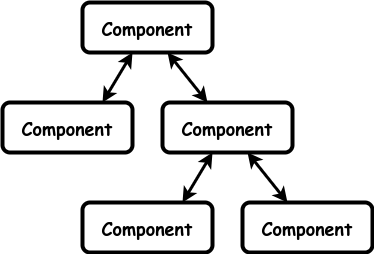
Before: images/hierarchical-component-ui.drawio.png, a diagram exported from draw.io (garfix/architectural-patterns). Source tidied: cells renumbered, new cells last; positions are measured from the earlier drawing's top-left corner, leaving out a move shared by most shapes.
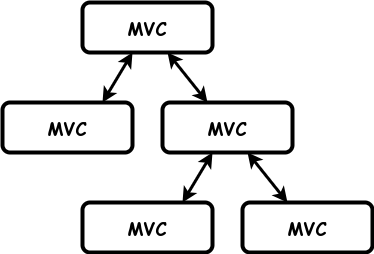
The same file after the commit.

Change to the diagram source:
```diff
@@ -2,7 +2,7 @@
   <root>
     <mxCell id="0" />
     <mxCell id="1" parent="0" />
-    <mxCell id="2" value="&lt;b style=&quot;font-size: 18px;&quot;&gt;Component&lt;br&gt;&lt;/b&gt;" style="rounded=1;whiteSpace=wrap;html=1;strokeWidth=4;fontFamily=Comic Sans MS;fontSize=18;" parent="1" vertex="1">
+    <mxCell id="2" value="&lt;b style=&quot;font-size: 18px;&quot;&gt;MVC&lt;br&gt;&lt;/b&gt;" style="rounded=1;whiteSpace=wrap;html=1;strokeWidth=4;fontFamily=Comic Sans MS;fontSize=18;" parent="1" vertex="1">
       <mxGeometry x="80" width="130" height="50" as="geometry" />
     </mxCell>
     <mxCell id="3" style="endArrow=classic;startArrow=classic;html=1;rounded=0;strokeWidth=3;endFill=1;" parent="1" edge="1" target="2">
@@ -10,10 +10,10 @@
         <mxPoint x="100" y="100" as="sourcePoint" />
       </mxGeometry>
     </mxCell>
-    <mxCell id="4" value="&lt;b style=&quot;font-size: 18px;&quot;&gt;Component&lt;br&gt;&lt;/b&gt;" style="rounded=1;whiteSpace=wrap;html=1;strokeWidth=4;fontFamily=Comic Sans MS;fontSize=18;" parent="1" vertex="1">
+    <mxCell id="4" value="&lt;b style=&quot;border-color: var(--border-color);&quot;&gt;MVC&lt;/b&gt;&lt;b style=&quot;font-size: 18px;&quot;&gt;&lt;br&gt;&lt;/b&gt;" style="rounded=1;whiteSpace=wrap;html=1;strokeWidth=4;fontFamily=Comic Sans MS;fontSize=18;" parent="1" vertex="1">
       <mxGeometry y="100" width="130" height="50" as="geometry" />
     </mxCell>
-    <mxCell id="5" value="&lt;b style=&quot;font-size: 18px;&quot;&gt;Component&lt;br&gt;&lt;/b&gt;" style="rounded=1;whiteSpace=wrap;html=1;strokeWidth=4;fontFamily=Comic Sans MS;fontSize=18;" parent="1" vertex="1">
+    <mxCell id="5" value="&lt;b style=&quot;border-color: var(--border-color);&quot;&gt;MVC&lt;/b&gt;&lt;b style=&quot;font-size: 18px;&quot;&gt;&lt;br&gt;&lt;/b&gt;" style="rounded=1;whiteSpace=wrap;html=1;strokeWidth=4;fontFamily=Comic Sans MS;fontSize=18;" parent="1" vertex="1">
       <mxGeometry x="160" y="100" width="130" height="50" as="geometry" />
     </mxCell>
     <mxCell id="6" style="endArrow=classic;startArrow=classic;html=1;rounded=0;strokeWidth=3;endFill=1;" parent="1" edge="1" source="5" target="2">
@@ -24,10 +24,10 @@
         <mxPoint x="180" y="200" as="sourcePoint" />
       </mxGeometry>
     </mxCell>
-    <mxCell id="8" value="&lt;b style=&quot;font-size: 18px;&quot;&gt;Component&lt;br&gt;&lt;/b&gt;" style="rounded=1;whiteSpace=wrap;html=1;strokeWidth=4;fontFamily=Comic Sans MS;fontSize=18;" parent="1" vertex="1">
+    <mxCell id="8" value="&lt;b style=&quot;border-color: var(--border-color);&quot;&gt;MVC&lt;/b&gt;&lt;b style=&quot;font-size: 18px;&quot;&gt;&lt;br&gt;&lt;/b&gt;" style="rounded=1;whiteSpace=wrap;html=1;strokeWidth=4;fontFamily=Comic Sans MS;fontSize=18;" parent="1" vertex="1">
       <mxGeometry x="80" y="200" width="130" height="50" as="geometry" />
     </mxCell>
-    <mxCell id="9" value="&lt;b style=&quot;font-size: 18px;&quot;&gt;Component&lt;br&gt;&lt;/b&gt;" style="rounded=1;whiteSpace=wrap;html=1;strokeWidth=4;fontFamily=Comic Sans MS;fontSize=18;" parent="1" vertex="1">
+    <mxCell id="9" value="&lt;b style=&quot;border-color: var(--border-color);&quot;&gt;MVC&lt;/b&gt;&lt;b style=&quot;font-size: 18px;&quot;&gt;&lt;br&gt;&lt;/b&gt;" style="rounded=1;whiteSpace=wrap;html=1;strokeWidth=4;fontFamily=Comic Sans MS;fontSize=18;" parent="1" vertex="1">
       <mxGeometry x="240" y="200" width="130" height="50" as="geometry" />
     </mxCell>
     <mxCell id="10" style="endArrow=classic;startArrow=classic;html=1;rounded=0;strokeWidth=3;endFill=1;" parent="1" edge="1" source="9" target="5">
```
